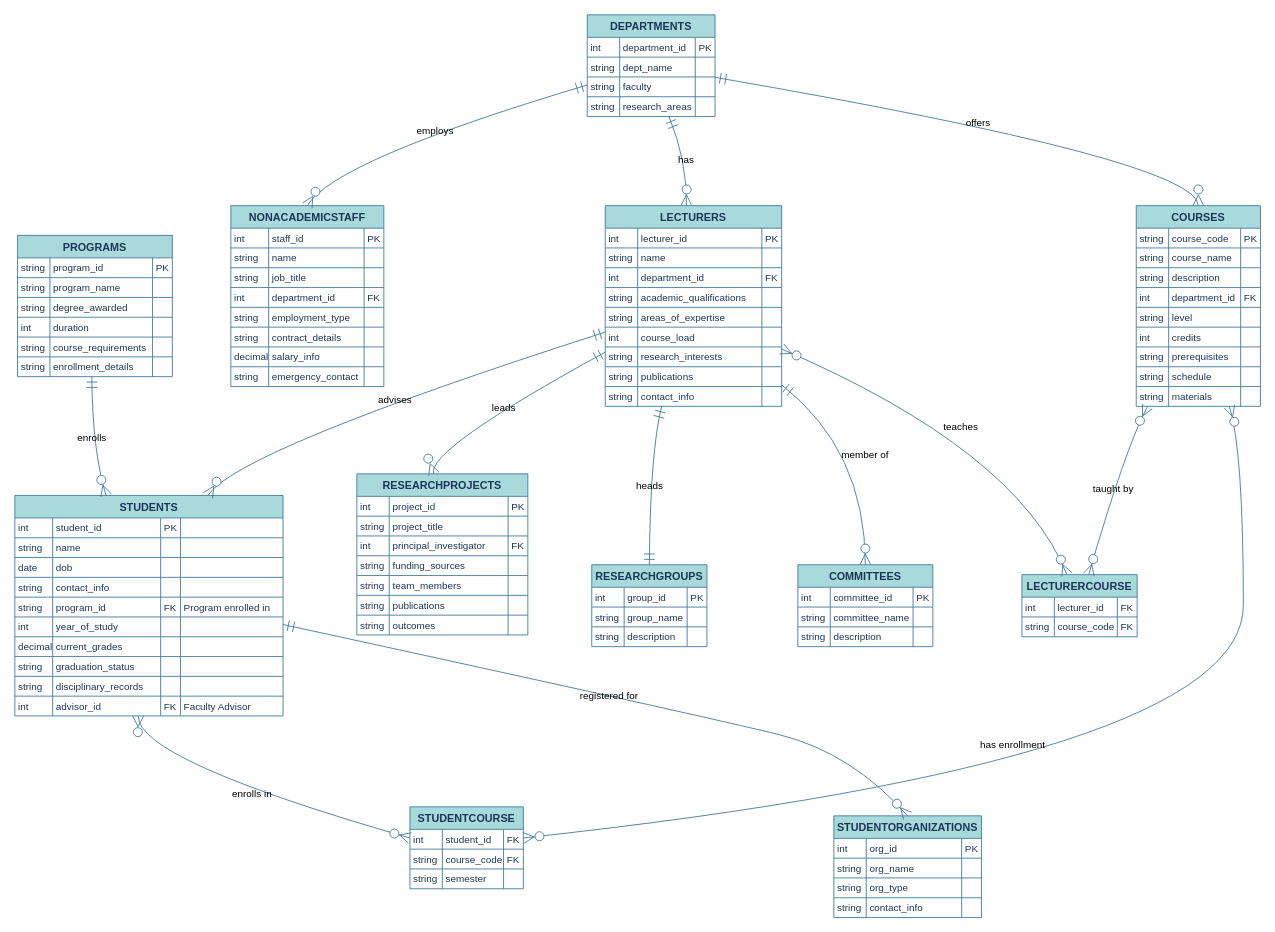
Above: Univercity system updated.drawio in snakeka/UniversitySystemDiagram (draw.io), before the change. Source tidied: cells renumbered, new cells numbered last; positions are measured from the earlier drawing's top-left corner, leaving out a move shared by most shapes. Both pictures are drawn from the tidied source at 90%, with x=0, y=0 at pixel (14, 14).
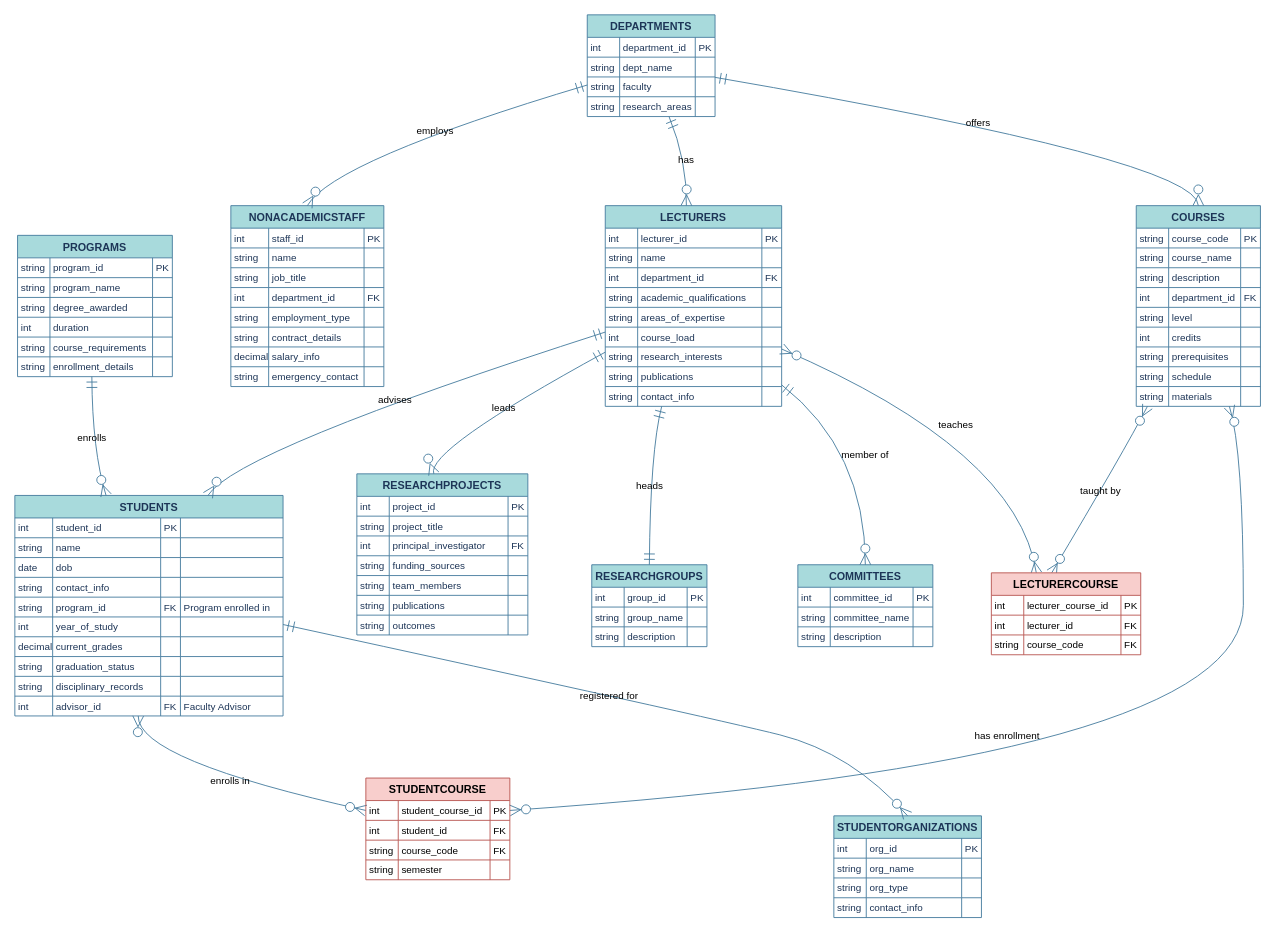
The same diagram, later.

Unchanged cells that the change refers to:
```xml
<mxCell id="2" value="STUDENTS" style="shape=table;startSize=25;childLayout=tableLayout;rowLines=1;fontStyle=1;align=center;labelBackgroundColor=none;fillColor=#A8DADC;strokeColor=#457B9D;fontColor=#1D3557;" parent="1" vertex="1">
  <mxGeometry y="534" width="298" height="245" as="geometry" />
</mxCell>
<mxCell id="53" value="LECTURERS" style="shape=table;startSize=25;childLayout=tableLayout;rowLines=1;fontStyle=1;align=center;labelBackgroundColor=none;fillColor=#A8DADC;strokeColor=#457B9D;fontColor=#1D3557;" parent="1" vertex="1">
  <mxGeometry x="656" y="212" width="196" height="223" as="geometry" />
</mxCell>
<mxCell id="123" value="COURSES" style="shape=table;startSize=25;childLayout=tableLayout;rowLines=1;fontStyle=1;align=center;labelBackgroundColor=none;fillColor=#A8DADC;strokeColor=#457B9D;fontColor=#1D3557;" parent="1" vertex="1">
  <mxGeometry x="1246" y="212" width="138" height="223" as="geometry" />
</mxCell>
```

Change to the diagram source:
```diff
@@
-    <mxCell id="274" value="STUDENTCOURSE" style="shape=table;startSize=25;childLayout=tableLayout;rowLines=1;fontStyle=1;align=center;labelBackgroundColor=none;fillColor=#A8DADC;strokeColor=#457B9D;fontColor=#1D3557;" parent="1" vertex="1">
-      <mxGeometry x="439" y="880" width="126" height="91" as="geometry" />
-    </mxCell>
-    <mxCell id="275" style="shape=tableRow;horizontal=0;startSize=0;swimlaneHead=0;swimlaneBody=0;fillColor=none;top=0;left=0;right=0;bottom=0;labelBackgroundColor=none;strokeColor=#457B9D;fontColor=#1D3557;" parent="274" vertex="1">
-      <mxGeometry y="25" width="126" height="22" as="geometry" />
-    </mxCell>
-    <mxCell id="276" value="int" style="shape=partialRectangle;fillColor=none;top=0;left=0;bottom=0;right=0;align=left;spacingLeft=2;overflow=hidden;fontSize=11;labelBackgroundColor=none;strokeColor=#457B9D;fontColor=#1D3557;" parent="275" vertex="1">
-      <mxGeometry width="36" height="22" as="geometry" />
-    </mxCell>
-    <mxCell id="277" value="student_id" style="shape=partialRectangle;fillColor=none;top=0;left=0;bottom=0;right=0;align=left;spacingLeft=2;overflow=hidden;fontSize=11;labelBackgroundColor=none;strokeColor=#457B9D;fontColor=#1D3557;" parent="275" vertex="1">
-      <mxGeometry x="36" width="68" height="22" as="geometry" />
-    </mxCell>
-    <mxCell id="278" value="FK" style="shape=partialRectangle;fillColor=none;top=0;left=0;bottom=0;right=0;align=left;spacingLeft=2;overflow=hidden;fontSize=11;labelBackgroundColor=none;strokeColor=#457B9D;fontColor=#1D3557;" parent="275" vertex="1">
-      <mxGeometry x="104" width="22" height="22" as="geometry" />
-    </mxCell>
-    <mxCell id="279" style="shape=tableRow;horizontal=0;startSize=0;swimlaneHead=0;swimlaneBody=0;fillColor=none;top=0;left=0;right=0;bottom=0;labelBackgroundColor=none;strokeColor=#457B9D;fontColor=#1D3557;" parent="274" vertex="1">
-      <mxGeometry y="47" width="126" height="22" as="geometry" />
-    </mxCell>
-    <mxCell id="280" value="string" style="shape=partialRectangle;fillColor=none;top=0;left=0;bottom=0;right=0;align=left;spacingLeft=2;overflow=hidden;fontSize=11;labelBackgroundColor=none;strokeColor=#457B9D;fontColor=#1D3557;" parent="279" vertex="1">
-      <mxGeometry width="36" height="22" as="geometry" />
-    </mxCell>
-    <mxCell id="281" value="course_code" style="shape=partialRectangle;fillColor=none;top=0;left=0;bottom=0;right=0;align=left;spacingLeft=2;overflow=hidden;fontSize=11;labelBackgroundColor=none;strokeColor=#457B9D;fontColor=#1D3557;" parent="279" vertex="1">
-      <mxGeometry x="36" width="68" height="22" as="geometry" />
-    </mxCell>
-    <mxCell id="282" value="FK" style="shape=partialRectangle;fillColor=none;top=0;left=0;bottom=0;right=0;align=left;spacingLeft=2;overflow=hidden;fontSize=11;labelBackgroundColor=none;strokeColor=#457B9D;fontColor=#1D3557;" parent="279" vertex="1">
-      <mxGeometry x="104" width="22" height="22" as="geometry" />
-    </mxCell>
-    <mxCell id="283" style="shape=tableRow;horizontal=0;startSize=0;swimlaneHead=0;swimlaneBody=0;fillColor=none;top=0;left=0;right=0;bottom=0;labelBackgroundColor=none;strokeColor=#457B9D;fontColor=#1D3557;" parent="274" vertex="1">
-      <mxGeometry y="69" width="126" height="22" as="geometry" />
-    </mxCell>
-    <mxCell id="284" value="string" style="shape=partialRectangle;fillColor=none;top=0;left=0;bottom=0;right=0;align=left;spacingLeft=2;overflow=hidden;fontSize=11;labelBackgroundColor=none;strokeColor=#457B9D;fontColor=#1D3557;" parent="283" vertex="1">
-      <mxGeometry width="36" height="22" as="geometry" />
-    </mxCell>
-    <mxCell id="285" value="semester" style="shape=partialRectangle;fillColor=none;top=0;left=0;bottom=0;right=0;align=left;spacingLeft=2;overflow=hidden;fontSize=11;labelBackgroundColor=none;strokeColor=#457B9D;fontColor=#1D3557;" parent="283" vertex="1">
-      <mxGeometry x="36" width="68" height="22" as="geometry" />
-    </mxCell>
-    <mxCell id="286" style="shape=partialRectangle;fillColor=none;top=0;left=0;bottom=0;right=0;align=left;spacingLeft=2;overflow=hidden;fontSize=11;labelBackgroundColor=none;strokeColor=#457B9D;fontColor=#1D3557;" parent="283" vertex="1">
-      <mxGeometry x="104" width="22" height="22" as="geometry" />
-    </mxCell>
-    <mxCell id="287" value="LECTURERCOURSE" style="shape=table;startSize=25;childLayout=tableLayout;rowLines=1;fontStyle=1;align=center;labelBackgroundColor=none;fillColor=#A8DADC;strokeColor=#457B9D;fontColor=#1D3557;" parent="1" vertex="1">
-      <mxGeometry x="1119" y="622" width="128" height="69" as="geometry" />
-    </mxCell>
-    <mxCell id="288" style="shape=tableRow;horizontal=0;startSize=0;swimlaneHead=0;swimlaneBody=0;fillColor=none;top=0;left=0;right=0;bottom=0;labelBackgroundColor=none;strokeColor=#457B9D;fontColor=#1D3557;" parent="287" vertex="1">
-      <mxGeometry y="25" width="128" height="22" as="geometry" />
-    </mxCell>
-    <mxCell id="289" value="int" style="shape=partialRectangle;fillColor=none;top=0;left=0;bottom=0;right=0;align=left;spacingLeft=2;overflow=hidden;fontSize=11;labelBackgroundColor=none;strokeColor=#457B9D;fontColor=#1D3557;" parent="288" vertex="1">
-      <mxGeometry width="36" height="22" as="geometry" />
-    </mxCell>
-    <mxCell id="290" value="lecturer_id" style="shape=partialRectangle;fillColor=none;top=0;left=0;bottom=0;right=0;align=left;spacingLeft=2;overflow=hidden;fontSize=11;labelBackgroundColor=none;strokeColor=#457B9D;fontColor=#1D3557;" parent="288" vertex="1">
-      <mxGeometry x="36" width="70" height="22" as="geometry" />
-    </mxCell>
-    <mxCell id="291" value="FK" style="shape=partialRectangle;fillColor=none;top=0;left=0;bottom=0;right=0;align=left;spacingLeft=2;overflow=hidden;fontSize=11;labelBackgroundColor=none;strokeColor=#457B9D;fontColor=#1D3557;" parent="288" vertex="1">
-      <mxGeometry x="106" width="22" height="22" as="geometry" />
-    </mxCell>
-    <mxCell id="292" style="shape=tableRow;horizontal=0;startSize=0;swimlaneHead=0;swimlaneBody=0;fillColor=none;top=0;left=0;right=0;bottom=0;labelBackgroundColor=none;strokeColor=#457B9D;fontColor=#1D3557;" parent="287" vertex="1">
-      <mxGeometry y="47" width="128" height="22" as="geometry" />
-    </mxCell>
-    <mxCell id="293" value="string" style="shape=partialRectangle;fillColor=none;top=0;left=0;bottom=0;right=0;align=left;spacingLeft=2;overflow=hidden;fontSize=11;labelBackgroundColor=none;strokeColor=#457B9D;fontColor=#1D3557;" parent="292" vertex="1">
-      <mxGeometry width="36" height="22" as="geometry" />
-    </mxCell>
-    <mxCell id="294" value="course_code" style="shape=partialRectangle;fillColor=none;top=0;left=0;bottom=0;right=0;align=left;spacingLeft=2;overflow=hidden;fontSize=11;labelBackgroundColor=none;strokeColor=#457B9D;fontColor=#1D3557;" parent="292" vertex="1">
-      <mxGeometry x="36" width="70" height="22" as="geometry" />
-    </mxCell>
-    <mxCell id="295" value="FK" style="shape=partialRectangle;fillColor=none;top=0;left=0;bottom=0;right=0;align=left;spacingLeft=2;overflow=hidden;fontSize=11;labelBackgroundColor=none;strokeColor=#457B9D;fontColor=#1D3557;" parent="292" vertex="1">
-      <mxGeometry x="106" width="22" height="22" as="geometry" />
-    </mxCell>
-    <mxCell id="296" value="enrolls in" style="curved=1;startArrow=ERzeroToMany;startSize=10;endArrow=ERzeroToMany;endSize=10;exitX=0.46;exitY=1;entryX=0;entryY=0.38;rounded=0;labelBackgroundColor=none;strokeColor=#457B9D;fontColor=default;" parent="1" edge="1" source="2" target="274">
+    <mxCell id="296" value="enrolls in" style="curved=1;startArrow=ERzeroToMany;startSize=10;endArrow=ERzeroToMany;endSize=10;exitX=0.46;exitY=1;entryX=0;entryY=0.5;rounded=0;labelBackgroundColor=none;strokeColor=#457B9D;fontColor=default;entryDx=0;entryDy=0;" parent="1" edge="1" source="2" target="309">
       <mxGeometry relative="1" as="geometry">
         <Array as="points">
           <mxPoint x="136" y="828" />
         </Array>
       </mxGeometry>
     </mxCell>
-    <mxCell id="297" value="has enrollment" style="curved=1;startArrow=ERzeroToMany;startSize=10;endArrow=ERzeroToMany;endSize=10;exitX=0.75;exitY=1;entryX=1;entryY=0.38;rounded=0;labelBackgroundColor=none;strokeColor=#457B9D;fontColor=default;" parent="1" edge="1" source="123" target="274">
+    <mxCell id="297" value="has enrollment" style="curved=1;startArrow=ERzeroToMany;startSize=10;endArrow=ERzeroToMany;endSize=10;exitX=0.75;exitY=1;entryX=1;entryY=0.5;rounded=0;labelBackgroundColor=none;strokeColor=#457B9D;fontColor=default;entryDx=0;entryDy=0;" parent="1" edge="1" source="123" target="309">
       <mxGeometry x="0.08" y="-45" relative="1" as="geometry">
         <Array as="points">
           <mxPoint x="1365" y="484" />
           <mxPoint x="1365" y="828" />
         </Array>
       </mxGeometry>
     </mxCell>
-    <mxCell id="298" value="teaches" style="curved=1;startArrow=ERzeroToMany;startSize=10;endArrow=ERzeroToMany;endSize=10;exitX=0.92;exitY=0.68;entryX=0.39;entryY=0;rounded=0;labelBackgroundColor=none;strokeColor=#457B9D;fontColor=default;" parent="1" edge="1" source="53" target="287">
+    <mxCell id="298" value="teaches" style="curved=1;startArrow=ERzeroToMany;startSize=10;endArrow=ERzeroToMany;endSize=10;exitX=0.92;exitY=0.68;entryX=0.301;entryY=0;rounded=0;labelBackgroundColor=none;strokeColor=#457B9D;fontColor=default;entryDx=0;entryDy=0;entryPerimeter=0;" parent="1" edge="1" source="53" target="287">
       <mxGeometry relative="1" as="geometry">
         <Array as="points">
           <mxPoint x="1114" y="484" />
         </Array>
       </mxGeometry>
     </mxCell>
-    <mxCell id="299" value="taught by" style="curved=1;startArrow=ERzeroToMany;startSize=10;endArrow=ERzeroToMany;endSize=10;exitX=0.09;exitY=1;entryX=0.58;entryY=0;rounded=0;labelBackgroundColor=none;strokeColor=#457B9D;fontColor=default;" parent="1" edge="1" source="123" target="287">
+    <mxCell id="299" value="taught by" style="curved=1;startArrow=ERzeroToMany;startSize=10;endArrow=ERzeroToMany;endSize=10;exitX=0.09;exitY=1;entryX=0.404;entryY=0;rounded=0;labelBackgroundColor=none;strokeColor=#457B9D;fontColor=default;entryDx=0;entryDy=0;entryPerimeter=0;" parent="1" edge="1" source="123" target="287">
       <mxGeometry relative="1" as="geometry">
         <Array as="points">
           <mxPoint x="1233" y="484" />
         </Array>
       </mxGeometry>
     </mxCell>
@@
+    <mxCell id="274" value="STUDENTCOURSE" style="shape=table;startSize=25;childLayout=tableLayout;rowLines=1;fontStyle=1;align=center;fillColor=#f8cecc;strokeColor=#b85450;" parent="1" vertex="1">
+      <mxGeometry x="390" y="848" width="160" height="113" as="geometry" />
+    </mxCell>
+    <mxCell id="309" style="shape=tableRow;horizontal=0;startSize=0;swimlaneHead=0;swimlaneBody=0;fillColor=none;points=[[0,0.5],[1,0.5]];portConstraint=eastwest;top=0;left=0;right=0;bottom=0;" parent="274" vertex="1">
+      <mxGeometry y="25" width="160" height="22" as="geometry" />
+    </mxCell>
+    <mxCell id="310" value="int" style="shape=partialRectangle;fillColor=none;top=0;left=0;bottom=0;right=0;align=left;spacingLeft=2;overflow=hidden;fontSize=11;" parent="309" vertex="1">
+      <mxGeometry width="36" height="22" as="geometry" />
+    </mxCell>
+    <mxCell id="311" value="student_course_id" style="shape=partialRectangle;fillColor=none;top=0;left=0;bottom=0;right=0;align=left;spacingLeft=2;overflow=hidden;fontSize=11;" parent="309" vertex="1">
+      <mxGeometry x="36" width="102" height="22" as="geometry" />
+    </mxCell>
+    <mxCell id="312" value="PK" style="shape=partialRectangle;fillColor=none;top=0;left=0;bottom=0;right=0;align=left;spacingLeft=2;overflow=hidden;fontSize=11;" parent="309" vertex="1">
+      <mxGeometry x="138" width="22" height="22" as="geometry" />
+    </mxCell>
+    <mxCell id="313" style="shape=tableRow;horizontal=0;startSize=0;swimlaneHead=0;swimlaneBody=0;fillColor=none;top=0;left=0;right=0;bottom=0;" parent="274" vertex="1">
+      <mxGeometry y="47" width="160" height="22" as="geometry" />
+    </mxCell>
+    <mxCell id="314" value="int" style="shape=partialRectangle;fillColor=none;top=0;left=0;bottom=0;right=0;align=left;spacingLeft=2;overflow=hidden;fontSize=11;" parent="313" vertex="1">
+      <mxGeometry width="36" height="22" as="geometry" />
+    </mxCell>
+    <mxCell id="277" value="student_id" style="shape=partialRectangle;fillColor=none;top=0;left=0;bottom=0;right=0;align=left;spacingLeft=2;overflow=hidden;fontSize=11;" parent="313" vertex="1">
+      <mxGeometry x="36" width="102" height="22" as="geometry" />
+    </mxCell>
+    <mxCell id="315" value="FK" style="shape=partialRectangle;fillColor=none;top=0;left=0;bottom=0;right=0;align=left;spacingLeft=2;overflow=hidden;fontSize=11;" parent="313" vertex="1">
+      <mxGeometry x="138" width="22" height="22" as="geometry" />
+    </mxCell>
+    <mxCell id="316" style="shape=tableRow;horizontal=0;startSize=0;swimlaneHead=0;swimlaneBody=0;fillColor=none;top=0;left=0;right=0;bottom=0;" parent="274" vertex="1">
+      <mxGeometry y="69" width="160" height="22" as="geometry" />
+    </mxCell>
+    <mxCell id="317" value="string" style="shape=partialRectangle;fillColor=none;top=0;left=0;bottom=0;right=0;align=left;spacingLeft=2;overflow=hidden;fontSize=11;" parent="316" vertex="1">
+      <mxGeometry width="36" height="22" as="geometry" />
+    </mxCell>
+    <mxCell id="318" value="course_code" style="shape=partialRectangle;fillColor=none;top=0;left=0;bottom=0;right=0;align=left;spacingLeft=2;overflow=hidden;fontSize=11;" parent="316" vertex="1">
+      <mxGeometry x="36" width="102" height="22" as="geometry" />
+    </mxCell>
+    <mxCell id="319" value="FK" style="shape=partialRectangle;fillColor=none;top=0;left=0;bottom=0;right=0;align=left;spacingLeft=2;overflow=hidden;fontSize=11;" parent="316" vertex="1">
+      <mxGeometry x="138" width="22" height="22" as="geometry" />
+    </mxCell>
+    <mxCell id="320" style="shape=tableRow;horizontal=0;startSize=0;swimlaneHead=0;swimlaneBody=0;fillColor=none;top=0;left=0;right=0;bottom=0;" parent="274" vertex="1">
+      <mxGeometry y="91" width="160" height="22" as="geometry" />
+    </mxCell>
+    <mxCell id="321" value="string" style="shape=partialRectangle;fillColor=none;top=0;left=0;bottom=0;right=0;align=left;spacingLeft=2;overflow=hidden;fontSize=11;" parent="320" vertex="1">
+      <mxGeometry width="36" height="22" as="geometry" />
+    </mxCell>
+    <mxCell id="285" value="semester" style="shape=partialRectangle;fillColor=none;top=0;left=0;bottom=0;right=0;align=left;spacingLeft=2;overflow=hidden;fontSize=11;" parent="320" vertex="1">
+      <mxGeometry x="36" width="102" height="22" as="geometry" />
+    </mxCell>
+    <mxCell id="322" style="shape=partialRectangle;fillColor=none;top=0;left=0;bottom=0;right=0;align=left;spacingLeft=2;overflow=hidden;fontSize=11;" parent="320" vertex="1">
+      <mxGeometry x="138" width="22" height="22" as="geometry" />
+    </mxCell>
+    <mxCell id="287" value="LECTURERCOURSE" style="shape=table;startSize=25;childLayout=tableLayout;rowLines=1;fontStyle=1;align=center;fillColor=#f8cecc;strokeColor=#b85450;" parent="1" vertex="1">
+      <mxGeometry x="1085" y="620" width="166" height="91" as="geometry" />
+    </mxCell>
+    <mxCell id="323" style="shape=tableRow;horizontal=0;startSize=0;swimlaneHead=0;swimlaneBody=0;fillColor=none;top=0;left=0;right=0;bottom=0;" parent="287" vertex="1">
+      <mxGeometry y="25" width="166" height="22" as="geometry" />
+    </mxCell>
+    <mxCell id="324" value="int" style="shape=partialRectangle;fillColor=none;top=0;left=0;bottom=0;right=0;align=left;spacingLeft=2;overflow=hidden;fontSize=11;" parent="323" vertex="1">
+      <mxGeometry width="36" height="22" as="geometry" />
+    </mxCell>
+    <mxCell id="325" value="lecturer_course_id" style="shape=partialRectangle;fillColor=none;top=0;left=0;bottom=0;right=0;align=left;spacingLeft=2;overflow=hidden;fontSize=11;" parent="323" vertex="1">
+      <mxGeometry x="36" width="108" height="22" as="geometry" />
+    </mxCell>
+    <mxCell id="326" value="PK" style="shape=partialRectangle;fillColor=none;top=0;left=0;bottom=0;right=0;align=left;spacingLeft=2;overflow=hidden;fontSize=11;" parent="323" vertex="1">
+      <mxGeometry x="144" width="22" height="22" as="geometry" />
+    </mxCell>
+    <mxCell id="327" style="shape=tableRow;horizontal=0;startSize=0;swimlaneHead=0;swimlaneBody=0;fillColor=none;top=0;left=0;right=0;bottom=0;" parent="287" vertex="1">
+      <mxGeometry y="47" width="166" height="22" as="geometry" />
+    </mxCell>
+    <mxCell id="328" value="int" style="shape=partialRectangle;fillColor=none;top=0;left=0;bottom=0;right=0;align=left;spacingLeft=2;overflow=hidden;fontSize=11;" parent="327" vertex="1">
+      <mxGeometry width="36" height="22" as="geometry" />
+    </mxCell>
+    <mxCell id="290" value="lecturer_id" style="shape=partialRectangle;fillColor=none;top=0;left=0;bottom=0;right=0;align=left;spacingLeft=2;overflow=hidden;fontSize=11;" parent="327" vertex="1">
+      <mxGeometry x="36" width="108" height="22" as="geometry" />
+    </mxCell>
+    <mxCell id="329" value="FK" style="shape=partialRectangle;fillColor=none;top=0;left=0;bottom=0;right=0;align=left;spacingLeft=2;overflow=hidden;fontSize=11;" parent="327" vertex="1">
+      <mxGeometry x="144" width="22" height="22" as="geometry" />
+    </mxCell>
+    <mxCell id="330" style="shape=tableRow;horizontal=0;startSize=0;swimlaneHead=0;swimlaneBody=0;fillColor=none;top=0;left=0;right=0;bottom=0;" parent="287" vertex="1">
+      <mxGeometry y="69" width="166" height="22" as="geometry" />
+    </mxCell>
+    <mxCell id="331" value="string" style="shape=partialRectangle;fillColor=none;top=0;left=0;bottom=0;right=0;align=left;spacingLeft=2;overflow=hidden;fontSize=11;" parent="330" vertex="1">
+      <mxGeometry width="36" height="22" as="geometry" />
+    </mxCell>
+    <mxCell id="332" value="course_code" style="shape=partialRectangle;fillColor=none;top=0;left=0;bottom=0;right=0;align=left;spacingLeft=2;overflow=hidden;fontSize=11;" parent="330" vertex="1">
+      <mxGeometry x="36" width="108" height="22" as="geometry" />
+    </mxCell>
+    <mxCell id="333" value="FK" style="shape=partialRectangle;fillColor=none;top=0;left=0;bottom=0;right=0;align=left;spacingLeft=2;overflow=hidden;fontSize=11;" parent="330" vertex="1">
+      <mxGeometry x="144" width="22" height="22" as="geometry" />
+    </mxCell>
```
